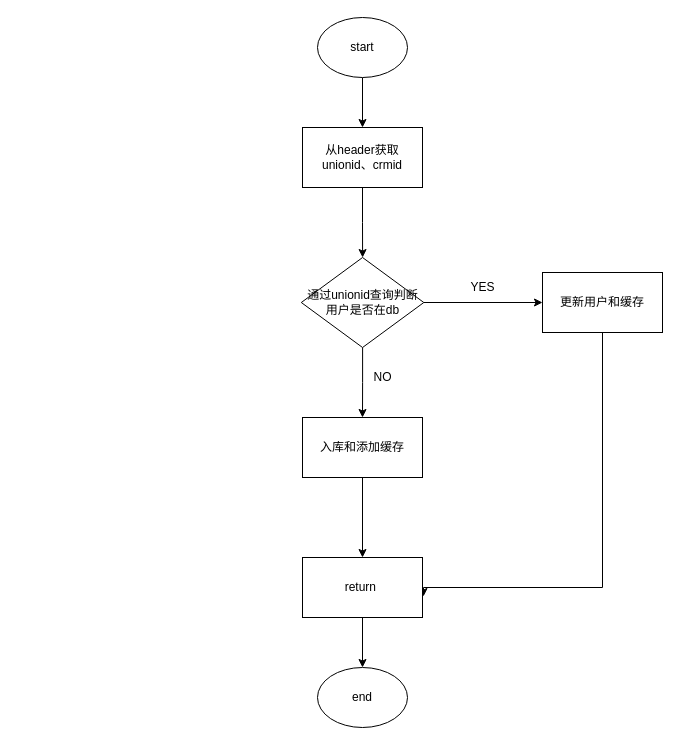
The draw.io diagram miniprojectlogin.drawio in FocusZhouGD/drawprogram, before the edit. Source tidied: cells renumbered, new cells numbered last; positions are measured from the earlier drawing's top-left corner, leaving out a move shared by most shapes. Both pictures are drawn from the tidied source at 100%, with x=0, y=0 at pixel (301, 17).
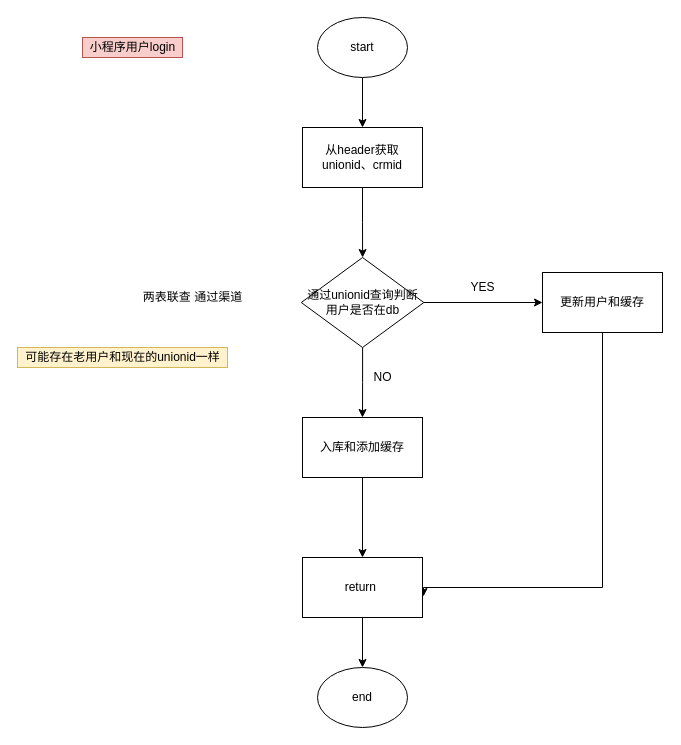
Above is the later version.

Change to the diagram source:
```diff
@@
+    <mxCell id="18" value="小程序用户login" style="text;html=1;align=center;verticalAlign=middle;strokeColor=#b85450;fillColor=#f8cecc;" parent="1" vertex="1">
+      <mxGeometry x="-219" y="20" width="100" height="20" as="geometry" />
+    </mxCell>
+    <mxCell id="19" value="两表联查 通过渠道" style="text;html=1;align=center;verticalAlign=middle;strokeColor=none;" parent="1" vertex="1">
+      <mxGeometry x="-164" y="270" width="110" height="20" as="geometry" />
+    </mxCell>
+    <mxCell id="20" value="可能存在老用户和现在的unionid一样" style="text;html=1;align=center;verticalAlign=middle;strokeColor=#d6b656;fillColor=#fff2cc;" parent="1" vertex="1">
+      <mxGeometry x="-284" y="330" width="210" height="20" as="geometry" />
+    </mxCell>
```
